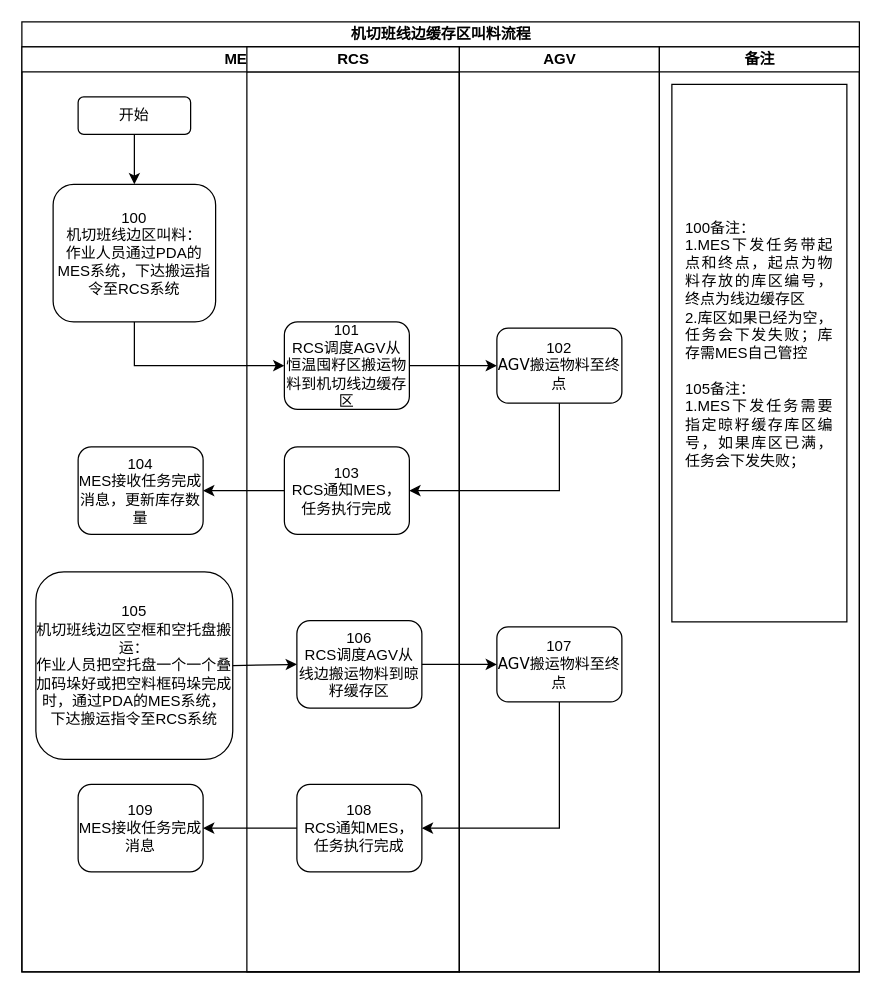
Earlier version of the draw.io diagram page "机切班线边缓存区叫料流程" (2 of 18) of data/伍子醉-MES系统调度业务流程图 的副本.drawio (chenyanxi/hosts). Source tidied: cells renumbered, new cells numbered last; positions are measured from the earlier drawing's top-left corner, leaving out a move shared by most shapes. Both pictures are drawn from the tidied source at 125%, with x=0, y=0 at pixel (21, 21).
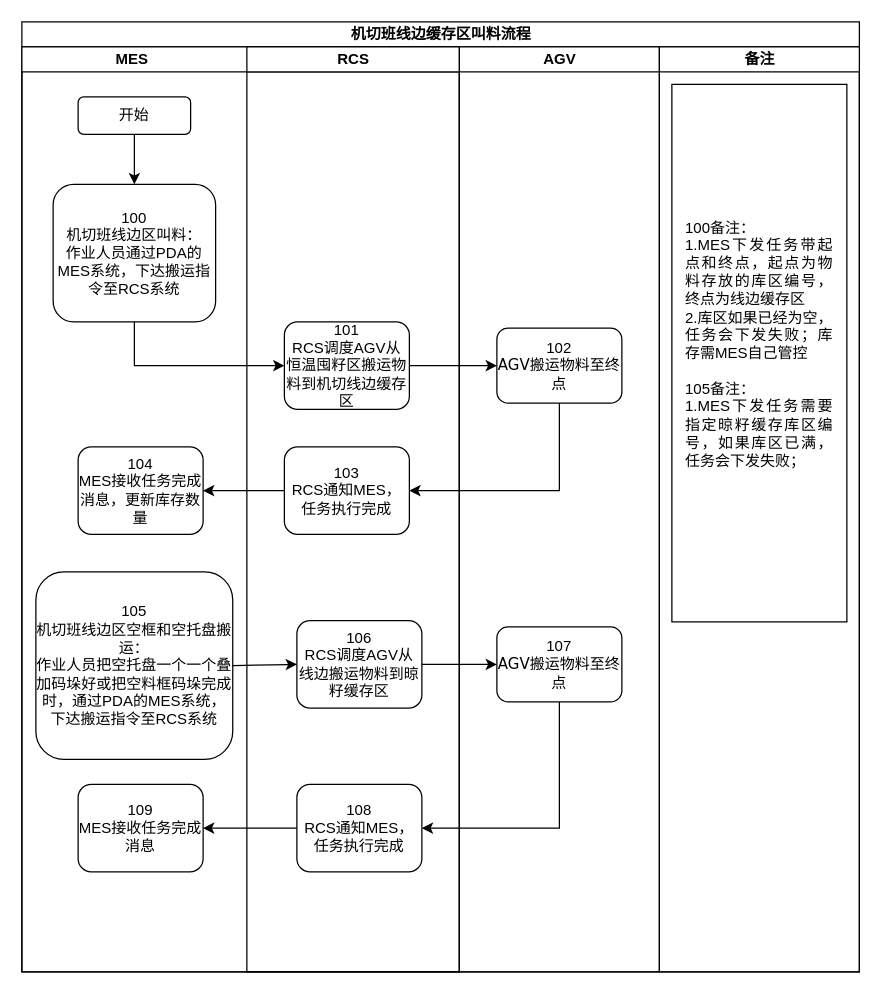
After the change.

Unchanged cells that the change refers to:
```xml
<mxCell id="2" value="&lt;font style=&quot;font-size: 12px;&quot;&gt;机切班线边缓存区叫料流程&lt;/font&gt;" style="swimlane;html=1;startSize=20;rounded=0;shadow=0;labelBackgroundColor=none;strokeWidth=1;fontFamily=Verdana;fontSize=8;align=center;" parent="1" vertex="1">
  <mxGeometry width="670" height="760" as="geometry" />
</mxCell>
```

What changed in the source:
```diff
@@
-    <mxCell id="3" value="MES" style="swimlane;html=1;startSize=20;" parent="2" vertex="1">
+    <mxCell id="3" value="&amp;nbsp; &amp;nbsp; &amp;nbsp; &amp;nbsp; &amp;nbsp; &amp;nbsp; &amp;nbsp; &amp;nbsp; &amp;nbsp; &amp;nbsp; &amp;nbsp; MES" style="swimlane;html=1;startSize=20;align=left;" parent="2" vertex="1">
       <mxGeometry y="20" width="350" height="740" as="geometry" />
     </mxCell>
```
